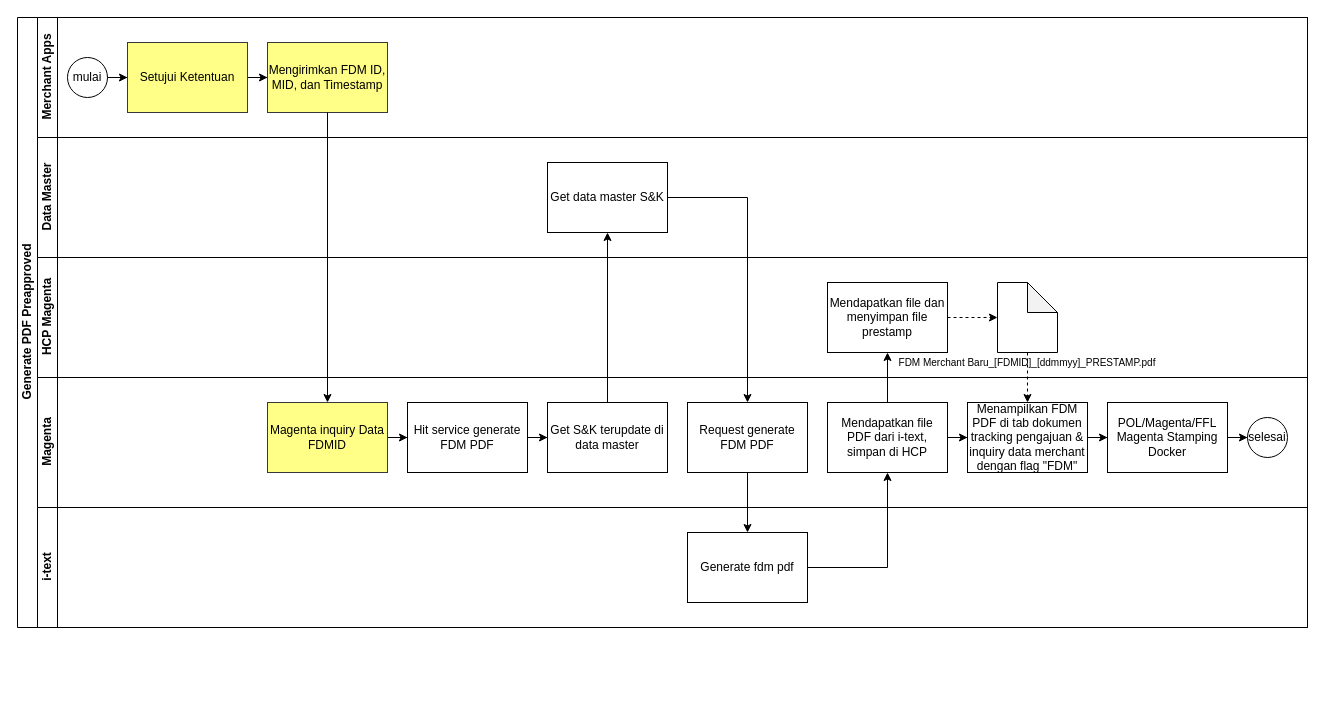
Before: ematerai.drawio in nicolenatsh/Nicole, a draw.io diagram. Source tidied: cells renumbered, new cells numbered last; positions are measured from the earlier drawing's top-left corner, leaving out a move shared by most shapes. Both pictures are drawn from the tidied source at 100%, with x=0, y=0 at pixel (17, 17).
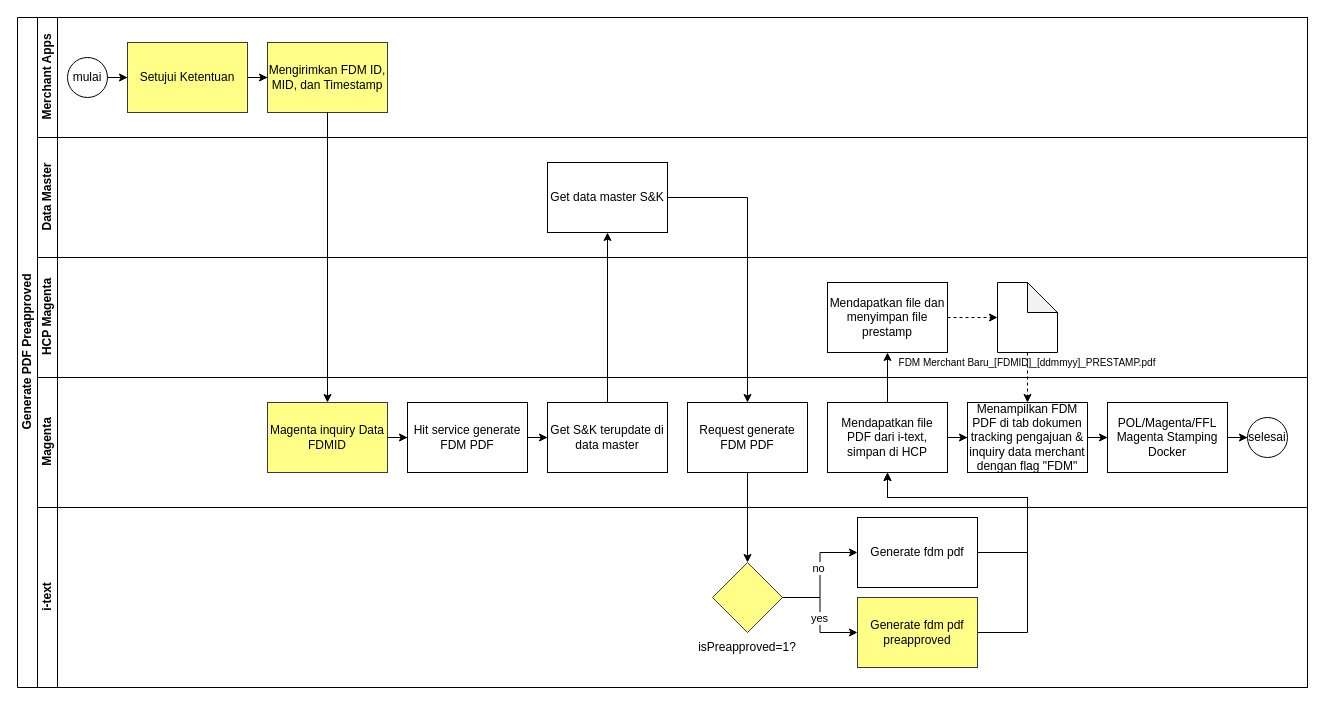
The same diagram, later.

Unchanged cells that the change refers to:
```xml
<mxCell id="22" value="Request generate FDM PDF" style="rounded=0;whiteSpace=wrap;html=1;" parent="16" vertex="1">
  <mxGeometry x="650" y="25" width="120" height="70" as="geometry" />
</mxCell>
<mxCell id="24" value="Mendapatkan file PDF dari i-text, simpan di HCP" style="rounded=0;whiteSpace=wrap;html=1;" parent="16" vertex="1">
  <mxGeometry x="790" y="25" width="120" height="70" as="geometry" />
</mxCell>
```

The edit, as a diff of the source:
```diff
@@
     <mxCell id="2" value="Generate PDF Preapproved" style="swimlane;horizontal=0;startSize=20;html=1;" parent="1" vertex="1">
-      <mxGeometry width="1290" height="610" as="geometry" />
+      <mxGeometry width="1290" height="670" as="geometry" />
     </mxCell>
@@
-    <mxCell id="30" value="i-text" style="swimlane;startSize=20;horizontal=0;html=1;" parent="2" vertex="1">
-      <mxGeometry x="20" y="490" width="1270" height="120" as="geometry" />
-    </mxCell>
-    <mxCell id="31" value="Generate fdm pdf" style="rounded=0;whiteSpace=wrap;html=1;" parent="30" vertex="1">
-      <mxGeometry x="650" y="25" width="120" height="70" as="geometry" />
-    </mxCell>
@@
-    <mxCell id="35" style="edgeStyle=orthogonalEdgeStyle;rounded=0;jettySize=auto;html=1;entryX=0.5;entryY=0;entryDx=0;entryDy=0;" parent="2" edge="1" source="22" target="31">
+    <mxCell id="35" style="edgeStyle=orthogonalEdgeStyle;rounded=0;jettySize=auto;html=1;entryX=0.5;entryY=0;entryDx=0;entryDy=0;" parent="2" edge="1" source="22" target="44">
       <mxGeometry relative="1" as="geometry" />
     </mxCell>
-    <mxCell id="36" style="edgeStyle=orthogonalEdgeStyle;rounded=0;jettySize=auto;html=1;entryX=0.5;entryY=1;entryDx=0;entryDy=0;" parent="2" edge="1" source="31" target="24">
-      <mxGeometry relative="1" as="geometry" />
+    <mxCell id="36" style="edgeStyle=orthogonalEdgeStyle;rounded=0;jettySize=auto;html=1;entryX=0.5;entryY=1;entryDx=0;entryDy=0;exitX=1;exitY=0.5;exitDx=0;exitDy=0;" parent="2" edge="1" source="31" target="24">
+      <mxGeometry relative="1" as="geometry">
+        <Array as="points">
+          <mxPoint x="1010" y="535" />
+          <mxPoint x="1010" y="480" />
+          <mxPoint x="870" y="480" />
+        </Array>
+      </mxGeometry>
     </mxCell>
@@
+    <mxCell id="39" style="edgeStyle=orthogonalEdgeStyle;rounded=0;jettySize=auto;html=1;entryX=0.5;entryY=1;entryDx=0;entryDy=0;" parent="2" edge="1" source="46" target="24">
+      <mxGeometry relative="1" as="geometry">
+        <Array as="points">
+          <mxPoint x="1010" y="615" />
+          <mxPoint x="1010" y="480" />
+          <mxPoint x="870" y="480" />
+        </Array>
+      </mxGeometry>
+    </mxCell>
+    <mxCell id="30" value="i-text" style="swimlane;startSize=20;horizontal=0;html=1;" parent="2" vertex="1">
+      <mxGeometry x="20" y="490" width="1270" height="180" as="geometry" />
+    </mxCell>
+    <mxCell id="31" value="Generate fdm pdf" style="rounded=0;whiteSpace=wrap;html=1;" parent="30" vertex="1">
+      <mxGeometry x="820" y="10" width="120" height="70" as="geometry" />
+    </mxCell>
+    <mxCell id="40" style="edgeStyle=orthogonalEdgeStyle;rounded=0;jettySize=auto;html=1;entryX=0;entryY=0.5;entryDx=0;entryDy=0;" parent="30" edge="1" source="44" target="31">
+      <mxGeometry relative="1" as="geometry" />
+    </mxCell>
+    <mxCell id="41" value="no" style="edgeLabel;html=1;align=center;verticalAlign=middle;" parent="40" vertex="1">
+      <mxGeometry x="0.5" y="3" relative="1" as="geometry">
+        <mxPoint x="-10" y="18" as="offset" />
+      </mxGeometry>
+    </mxCell>
+    <mxCell id="42" style="edgeStyle=orthogonalEdgeStyle;rounded=0;jettySize=auto;html=1;entryX=0;entryY=0.5;entryDx=0;entryDy=0;" parent="30" edge="1" source="44" target="46">
+      <mxGeometry relative="1" as="geometry" />
+    </mxCell>
+    <mxCell id="43" value="yes" style="edgeLabel;html=1;align=center;verticalAlign=middle;" parent="42" vertex="1">
+      <mxGeometry x="0.5" relative="1" as="geometry">
+        <mxPoint x="-12" y="-15" as="offset" />
+      </mxGeometry>
+    </mxCell>
+    <mxCell id="44" style="rhombus;whiteSpace=wrap;html=1;fillColor=#ffff88;strokeColor=#36393d;" parent="30" vertex="1">
+      <mxGeometry x="675" y="55" width="70" height="70" as="geometry" />
+    </mxCell>
+    <mxCell id="45" value="isPreapproved=1?" style="text;html=1;align=center;verticalAlign=middle;whiteSpace=wrap;rounded=0;" parent="30" vertex="1">
+      <mxGeometry x="680" y="125" width="60" height="30" as="geometry" />
+    </mxCell>
+    <mxCell id="46" value="Generate fdm pdf preapproved" style="rounded=0;whiteSpace=wrap;html=1;fillColor=#ffff88;strokeColor=#36393d;" parent="30" vertex="1">
+      <mxGeometry x="820" y="90" width="120" height="70" as="geometry" />
+    </mxCell>
```
